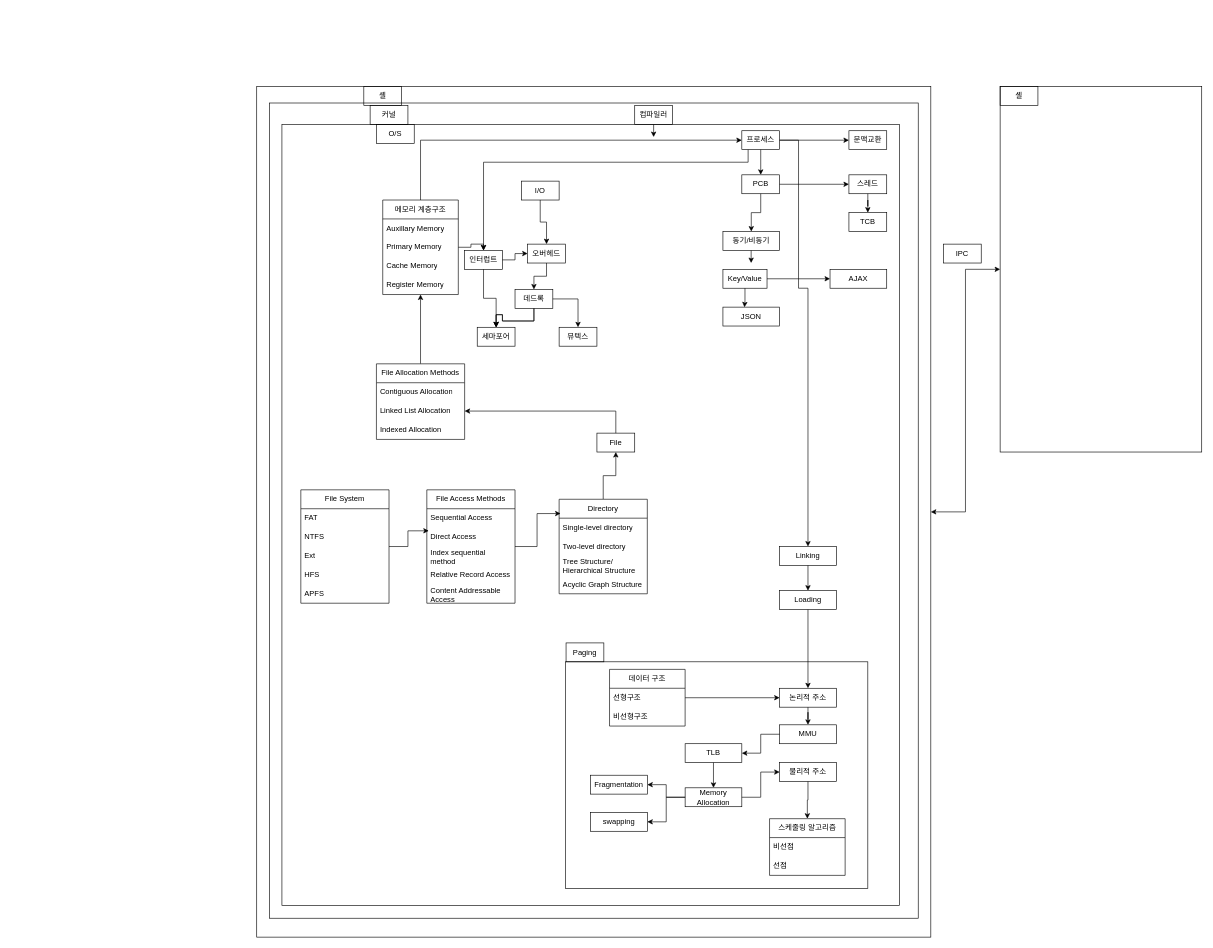
The draw.io diagram OS 도식화_박경연.drawio in gyparkdev/WhiteStudy, before the edit. Source tidied: cells renumbered, new cells numbered last; positions are measured from the earlier drawing's top-left corner, leaving out a move shared by most shapes. Both pictures are drawn from the tidied source at 63%, with x=0, y=0 at pixel (256, 86).
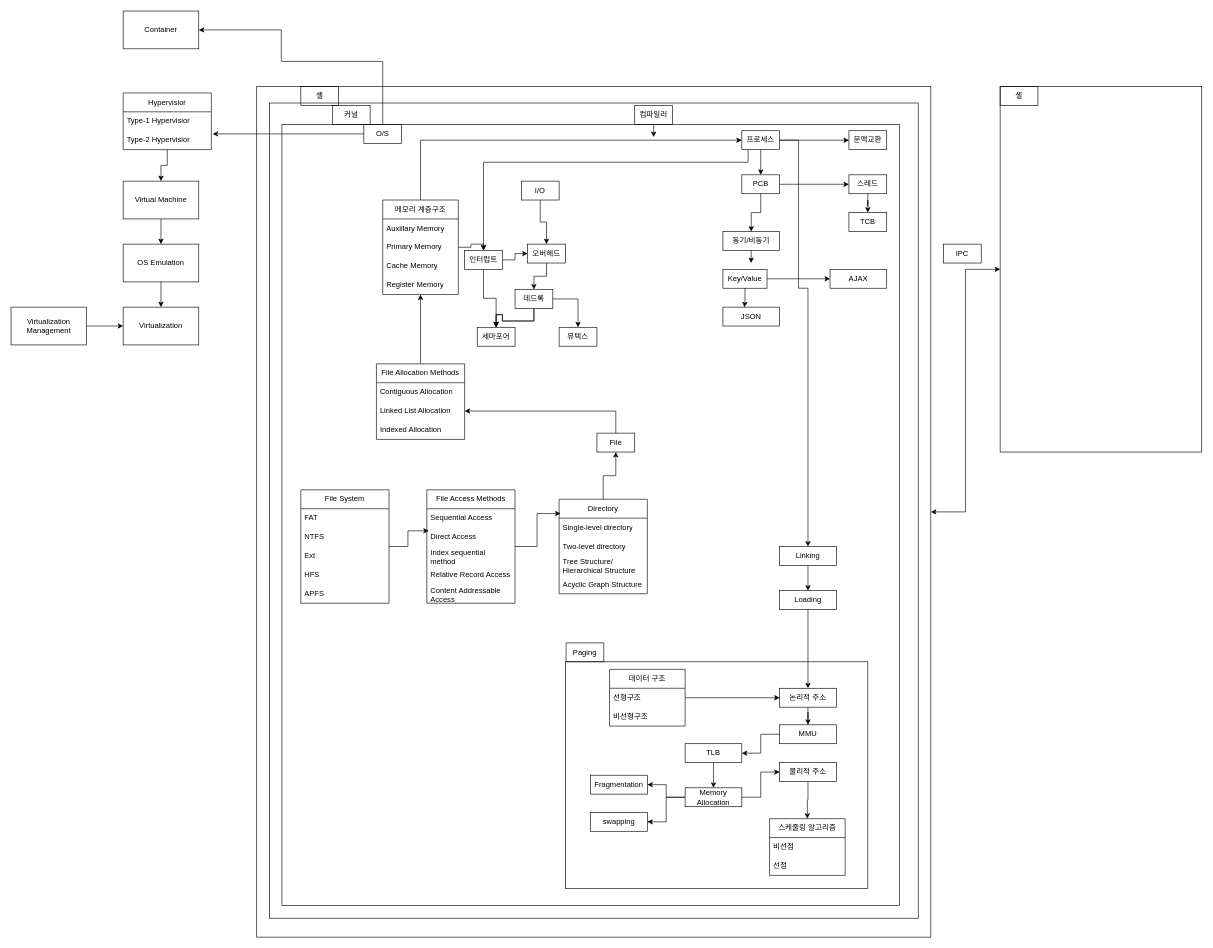
The same diagram, later.

Commit message:
OS 도식화_박경연.drawio 업데이트

Change to the diagram source:
```diff
@@
     <mxCell id="5" value="셸" style="text;html=1;strokeColor=default;fillColor=none;align=center;verticalAlign=middle;whiteSpace=wrap;rounded=0;" parent="1" vertex="1">
-      <mxGeometry x="170" width="60" height="30" as="geometry" />
+      <mxGeometry x="70" width="60" height="30" as="geometry" />
     </mxCell>
     <mxCell id="6" value="커널" style="text;html=1;strokeColor=default;fillColor=none;align=center;verticalAlign=middle;whiteSpace=wrap;rounded=0;" parent="1" vertex="1">
-      <mxGeometry x="180" y="30" width="60" height="30" as="geometry" />
+      <mxGeometry x="120" y="30" width="60" height="30" as="geometry" />
     </mxCell>
+    <mxCell id="111" style="edgeStyle=orthogonalEdgeStyle;rounded=0;jettySize=auto;html=1;entryX=1;entryY=0.5;entryDx=0;entryDy=0;" parent="1" edge="1" source="7" target="120">
+      <mxGeometry relative="1" as="geometry">
+        <Array as="points">
+          <mxPoint x="200" y="-40" />
+          <mxPoint x="39" y="-40" />
+          <mxPoint x="39" y="-90" />
+        </Array>
+      </mxGeometry>
+    </mxCell>
+    <mxCell id="112" style="edgeStyle=orthogonalEdgeStyle;rounded=0;jettySize=auto;html=1;" parent="1" edge="1" source="7">
+      <mxGeometry relative="1" as="geometry">
+        <mxPoint x="-70" y="75" as="targetPoint" />
+      </mxGeometry>
+    </mxCell>
     <mxCell id="7" value="O/S" style="text;html=1;strokeColor=default;fillColor=none;align=center;verticalAlign=middle;whiteSpace=wrap;rounded=0;" parent="1" vertex="1">
-      <mxGeometry x="190" y="60" width="60" height="30" as="geometry" />
+      <mxGeometry x="170" y="60" width="60" height="30" as="geometry" />
     </mxCell>
@@
+    <mxCell id="113" value="Virtualization" style="rounded=0;whiteSpace=wrap;html=1;" parent="1" vertex="1">
+      <mxGeometry x="-212" y="350" width="120" height="60" as="geometry" />
+    </mxCell>
+    <mxCell id="114" style="edgeStyle=orthogonalEdgeStyle;rounded=0;jettySize=auto;html=1;entryX=0.5;entryY=0;entryDx=0;entryDy=0;" parent="1" edge="1" source="115" target="113">
+      <mxGeometry relative="1" as="geometry" />
+    </mxCell>
+    <mxCell id="115" value="OS Emulation" style="rounded=0;whiteSpace=wrap;html=1;" parent="1" vertex="1">
+      <mxGeometry x="-212" y="250" width="120" height="60" as="geometry" />
+    </mxCell>
+    <mxCell id="116" style="edgeStyle=orthogonalEdgeStyle;rounded=0;jettySize=auto;html=1;" parent="1" edge="1" source="117" target="113">
+      <mxGeometry relative="1" as="geometry" />
+    </mxCell>
+    <mxCell id="117" value="Virtualization Management" style="rounded=0;whiteSpace=wrap;html=1;" parent="1" vertex="1">
+      <mxGeometry x="-390" y="350" width="120" height="60" as="geometry" />
+    </mxCell>
+    <mxCell id="118" style="edgeStyle=orthogonalEdgeStyle;rounded=0;jettySize=auto;html=1;entryX=0.5;entryY=0;entryDx=0;entryDy=0;" parent="1" edge="1" source="119" target="115">
+      <mxGeometry relative="1" as="geometry" />
+    </mxCell>
+    <mxCell id="119" value="Virtual Machine" style="rounded=0;whiteSpace=wrap;html=1;" parent="1" vertex="1">
+      <mxGeometry x="-212" y="150" width="120" height="60" as="geometry" />
+    </mxCell>
+    <mxCell id="120" value="Container" style="rounded=0;whiteSpace=wrap;html=1;" parent="1" vertex="1">
+      <mxGeometry x="-212" y="-120" width="120" height="60" as="geometry" />
+    </mxCell>
+    <mxCell id="121" style="edgeStyle=orthogonalEdgeStyle;rounded=0;jettySize=auto;html=1;" parent="1" edge="1" source="122" target="119">
+      <mxGeometry relative="1" as="geometry" />
+    </mxCell>
+    <mxCell id="122" value="Hypervisior" style="swimlane;fontStyle=0;horizontal=1;startSize=30;whiteSpace=wrap;html=1;" parent="1" vertex="1">
+      <mxGeometry x="-212" y="10" width="140" height="90" as="geometry" />
+    </mxCell>
+    <mxCell id="123" value="Type-1&amp;nbsp;Hypervisior" style="text;strokeColor=none;fillColor=none;align=left;verticalAlign=middle;spacingLeft=4;spacingRight=4;overflow=hidden;whiteSpace=wrap;html=1;" parent="122" vertex="1">
+      <mxGeometry y="30" width="140" height="30" as="geometry" />
+    </mxCell>
+    <mxCell id="124" value="Type-2&amp;nbsp;Hypervisior" style="text;strokeColor=none;fillColor=none;align=left;verticalAlign=middle;spacingLeft=4;spacingRight=4;overflow=hidden;whiteSpace=wrap;html=1;" parent="122" vertex="1">
+      <mxGeometry y="60" width="140" height="30" as="geometry" />
+    </mxCell>
```
